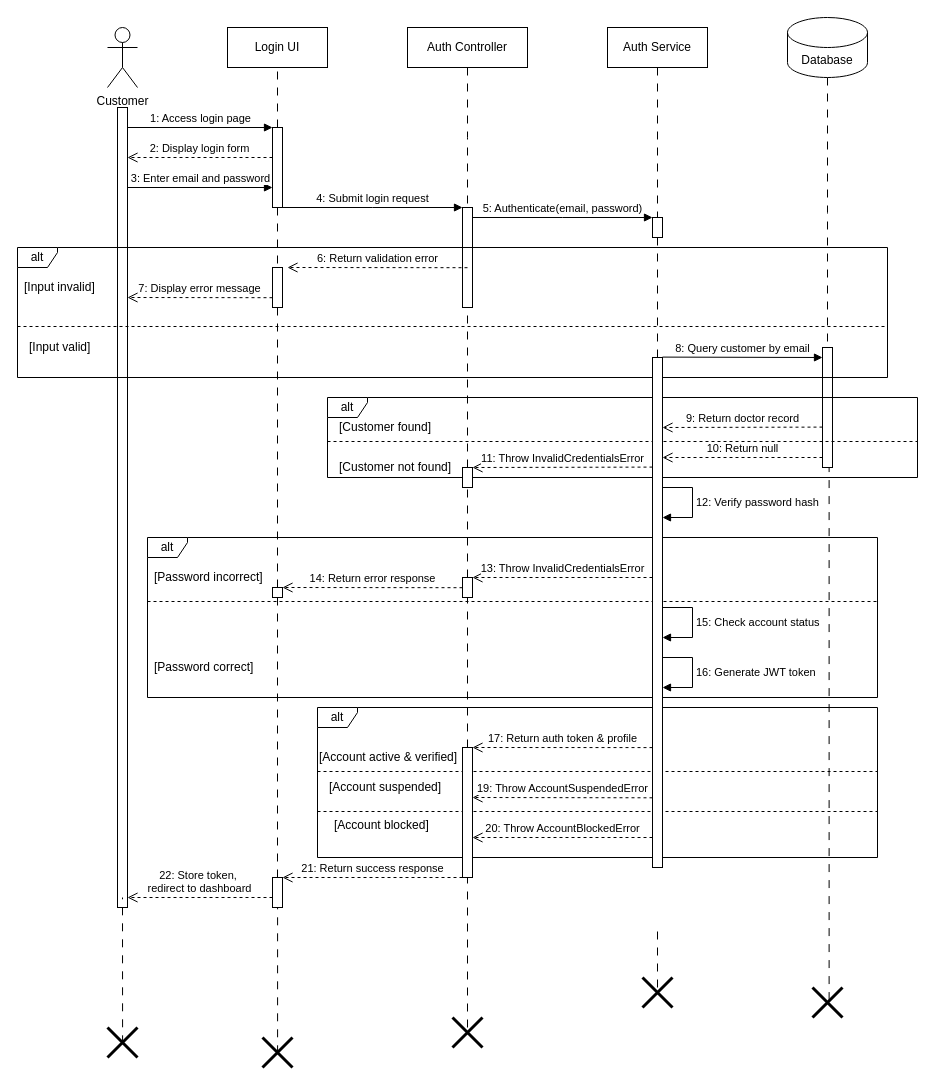
The draw.io diagram InProgress/Sequence Diagram/Salesperson/login/login-Diagram.drawio in shah541-g/Fyp-Diagrams, before the edit. Source tidied: cells renumbered, new cells numbered last; positions are measured from the earlier drawing's top-left corner, leaving out a move shared by most shapes. Both pictures are drawn from the tidied source at 100%, with x=0, y=0 at pixel (17, 17).
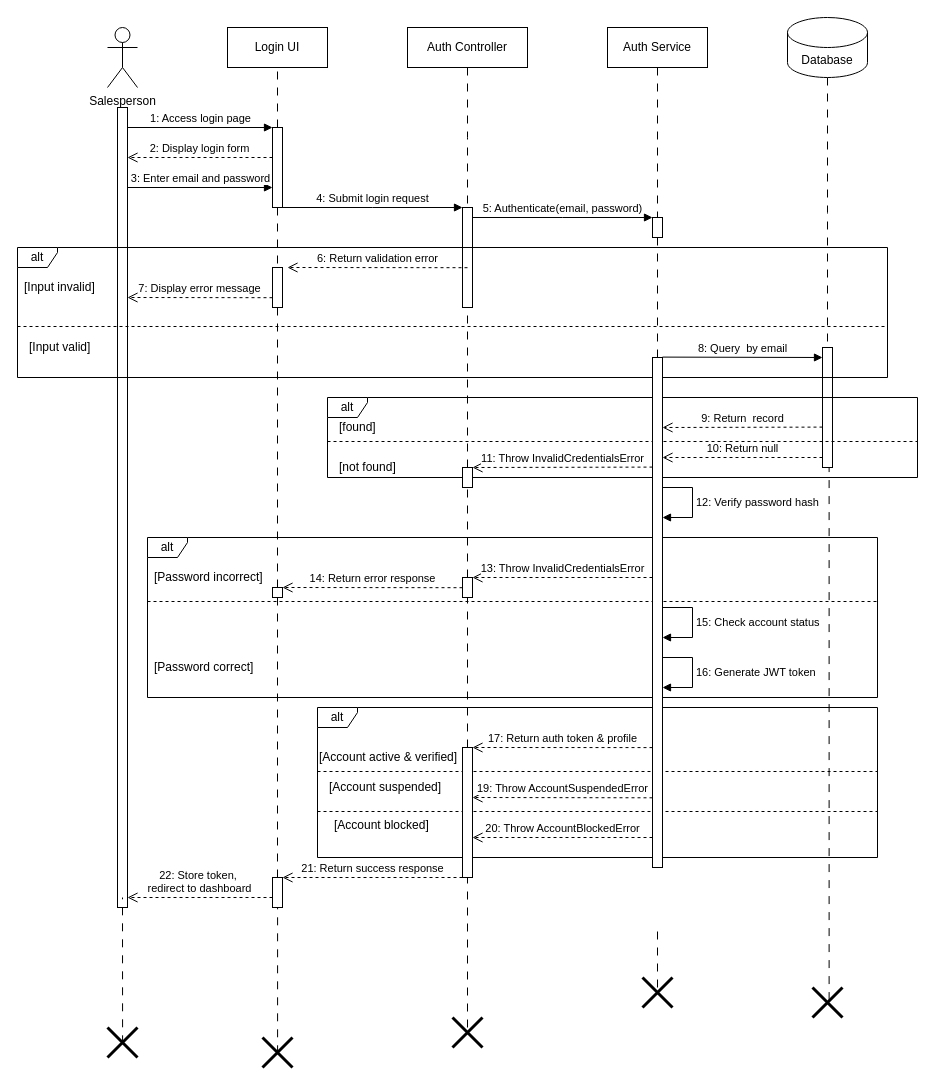
The same page after the edit.

The edit, as a diff of the source:
```diff
@@
-    <mxCell id="2" value="Customer" style="shape=umlActor;verticalLabelPosition=bottom;verticalAlign=top;html=1;" parent="1" vertex="1">
+    <mxCell id="2" value="Salesperson" style="shape=umlActor;verticalLabelPosition=bottom;verticalAlign=top;html=1;" parent="1" vertex="1">
       <mxGeometry x="90" y="10" width="30" height="60" as="geometry" />
     </mxCell>
@@
-    <mxCell id="26" value="8: Query customer by email" style="html=1;verticalAlign=bottom;endArrow=block;edgeStyle=elbowEdgeStyle;elbow=vertical;curved=0;rounded=0;" parent="1" edge="1">
+    <mxCell id="26" value="8: Query&amp;nbsp; by email" style="html=1;verticalAlign=bottom;endArrow=block;edgeStyle=elbowEdgeStyle;elbow=vertical;curved=0;rounded=0;" parent="1" edge="1">
       <mxGeometry relative="1" as="geometry">
         <mxPoint x="645" y="339.6" as="sourcePoint" />
         <mxPoint x="805" y="339.6" as="targetPoint" />
       </mxGeometry>
     </mxCell>
@@
-    <mxCell id="28" value="[Customer found]" style="text;html=1;align=left;verticalAlign=middle;strokeColor=none;fillColor=none;" parent="1" vertex="1">
-      <mxGeometry x="320" y="395" width="120" height="30" as="geometry" />
+    <mxCell id="28" value="[found]" style="text;html=1;align=left;verticalAlign=middle;strokeColor=none;fillColor=none;" parent="1" vertex="1">
+      <mxGeometry x="320" y="395" width="60" height="30" as="geometry" />
     </mxCell>
-    <mxCell id="29" value="9: Return doctor record" style="html=1;verticalAlign=bottom;endArrow=open;dashed=1;endSize=8;edgeStyle=elbowEdgeStyle;elbow=vertical;curved=0;rounded=0;" parent="1" edge="1">
+    <mxCell id="29" value="9: Return&amp;nbsp; record" style="html=1;verticalAlign=bottom;endArrow=open;dashed=1;endSize=8;edgeStyle=elbowEdgeStyle;elbow=vertical;curved=0;rounded=0;" parent="1" edge="1">
       <mxGeometry relative="1" as="geometry">
         <mxPoint x="805" y="409.6" as="sourcePoint" />
         <mxPoint x="645" y="409.6" as="targetPoint" />
       </mxGeometry>
     </mxCell>
@@
-    <mxCell id="31" value="[Customer not found]" style="text;html=1;align=left;verticalAlign=middle;strokeColor=none;fillColor=none;" parent="1" vertex="1">
-      <mxGeometry x="320" y="435" width="140" height="30" as="geometry" />
+    <mxCell id="31" value="[not found]" style="text;html=1;align=left;verticalAlign=middle;strokeColor=none;fillColor=none;" parent="1" vertex="1">
+      <mxGeometry x="320" y="435" width="80" height="30" as="geometry" />
     </mxCell>
```
